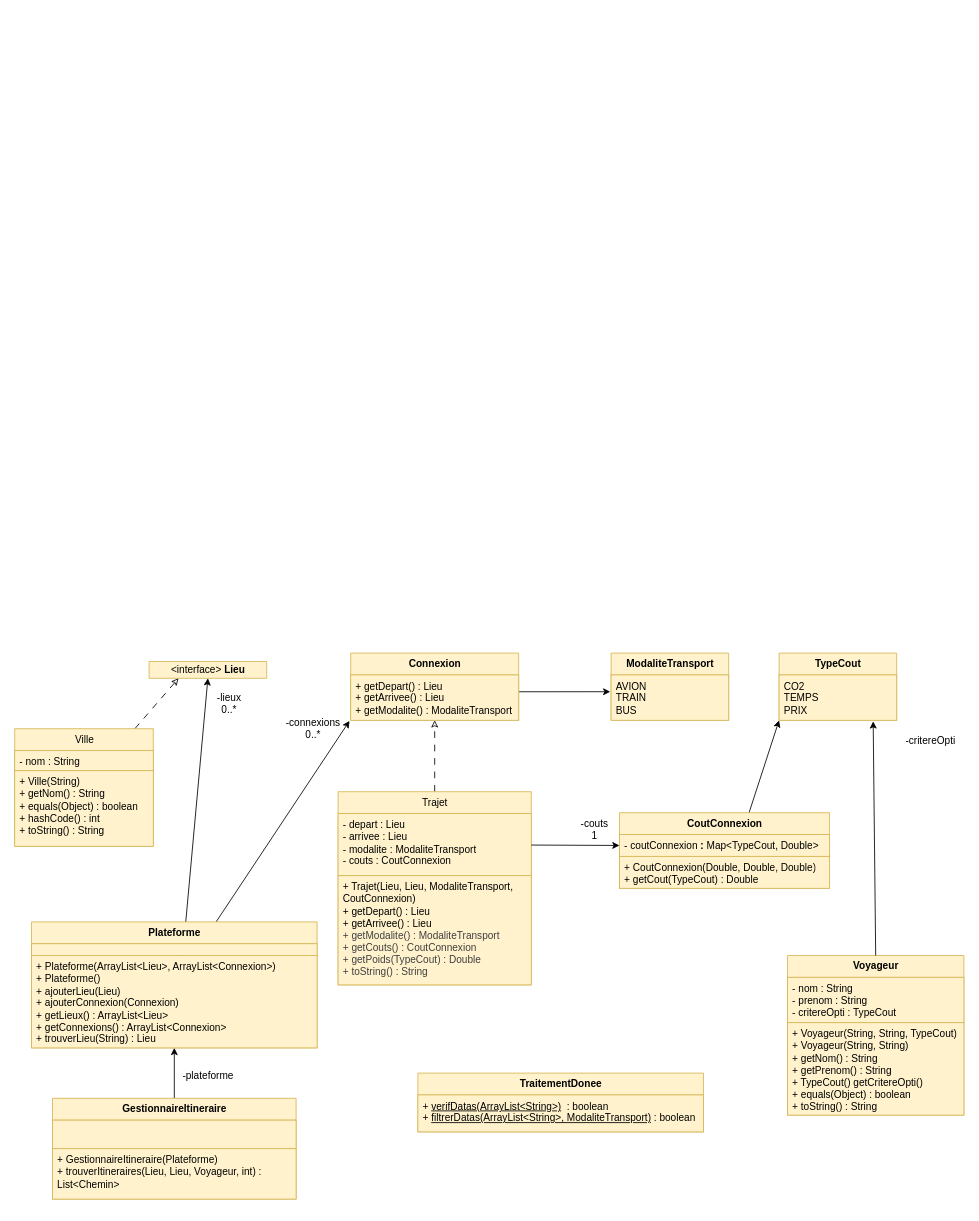
The draw.io diagram rapport/uml.drawio in Nelioo7/GPS3000, before the edit. Source tidied: cells renumbered, new cells numbered last; positions are measured from the earlier drawing's top-left corner, leaving out a move shared by most shapes. Both pictures are drawn from the tidied source at 84%, with x=0, y=0 at pixel (14, 653).
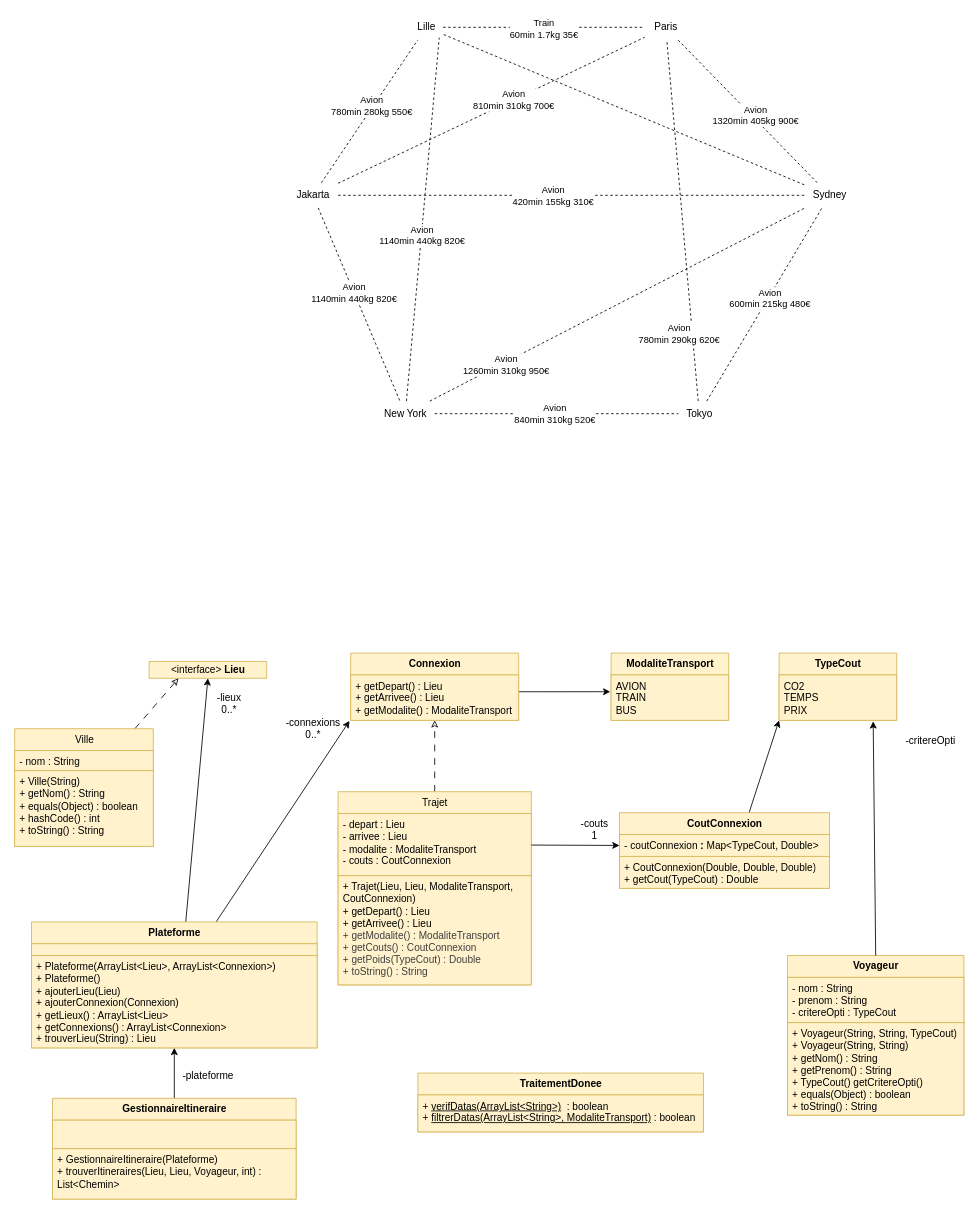
After the change.

The edit, as a diff of the source:
```diff
@@
+    <mxCell id="45" value="Lille" style="text;html=1;align=center;verticalAlign=middle;points=[];strokeColor=none;fillColor=none;" parent="1" vertex="1">
+      <mxGeometry x="470" y="-760" width="40" height="30" as="geometry" />
+    </mxCell>
+    <mxCell id="46" value="Paris" style="text;html=1;align=center;verticalAlign=middle;points=[];strokeColor=none;fillColor=none;" parent="1" vertex="1">
+      <mxGeometry x="750" y="-760" width="50" height="30" as="geometry" />
+    </mxCell>
+    <mxCell id="47" value="Jakarta" style="text;html=1;align=center;verticalAlign=middle;points=[];strokeColor=none;fillColor=none;" parent="1" vertex="1">
+      <mxGeometry x="325" y="-560" width="60" height="30" as="geometry" />
+    </mxCell>
+    <mxCell id="48" value="Sydney" style="text;html=1;align=center;verticalAlign=middle;points=[];strokeColor=none;fillColor=none;" parent="1" vertex="1">
+      <mxGeometry x="940" y="-560" width="60" height="30" as="geometry" />
+    </mxCell>
+    <mxCell id="49" value="New York" style="text;html=1;align=center;verticalAlign=middle;points=[];strokeColor=none;fillColor=none;" parent="1" vertex="1">
+      <mxGeometry x="430" y="-300" width="70" height="30" as="geometry" />
+    </mxCell>
+    <mxCell id="50" value="Tokyo" style="text;html=1;align=center;verticalAlign=middle;points=[];strokeColor=none;fillColor=none;" parent="1" vertex="1">
+      <mxGeometry x="790" y="-300" width="50" height="30" as="geometry" />
+    </mxCell>
+    <mxCell id="51" style="endArrow=none;dashed=1;html=1;" parent="1" edge="1" source="48" target="46">
+      <mxGeometry relative="1" as="geometry" />
+    </mxCell>
+    <mxCell id="52" value="Avion&lt;div&gt;1320min 405kg 900€&lt;/div&gt;" style="edgeLabel;html=1;align=center;verticalAlign=middle;" parent="51" vertex="1">
+      <mxGeometry x="-0.08" y="-3" relative="1" as="geometry" />
+    </mxCell>
+    <mxCell id="53" style="endArrow=none;dashed=1;html=1;" parent="1" edge="1" source="45" target="46">
+      <mxGeometry relative="1" as="geometry" />
+    </mxCell>
+    <mxCell id="54" value="Train&lt;div&gt;60min 1.7kg 35€&lt;/div&gt;" style="edgeLabel;html=1;align=center;verticalAlign=middle;" parent="53" vertex="1">
+      <mxGeometry x="-0.01" y="-1" relative="1" as="geometry" />
+    </mxCell>
+    <mxCell id="55" style="endArrow=none;dashed=1;html=1;" parent="1" edge="1" source="47" target="45">
+      <mxGeometry relative="1" as="geometry" />
+    </mxCell>
+    <mxCell id="56" value="Avion&lt;div&gt;780min 280kg 550€&lt;/div&gt;" style="edgeLabel;html=1;align=center;verticalAlign=middle;" parent="55" vertex="1">
+      <mxGeometry x="0.06" y="2" relative="1" as="geometry" />
+    </mxCell>
+    <mxCell id="57" style="endArrow=none;dashed=1;html=1;" parent="1" edge="1" source="47" target="49">
+      <mxGeometry relative="1" as="geometry" />
+    </mxCell>
+    <mxCell id="58" value="Avion&lt;div&gt;1140min 440kg 820€&lt;/div&gt;" style="edgeLabel;html=1;align=center;verticalAlign=middle;" parent="57" vertex="1">
+      <mxGeometry x="-0.13" relative="1" as="geometry" />
+    </mxCell>
+    <mxCell id="59" style="endArrow=none;dashed=1;html=1;" parent="1" edge="1" source="50" target="48">
+      <mxGeometry relative="1" as="geometry" />
+    </mxCell>
+    <mxCell id="60" value="Avion&lt;div&gt;600min 215kg 480€&lt;/div&gt;" style="edgeLabel;html=1;align=center;verticalAlign=middle;" parent="59" vertex="1">
+      <mxGeometry x="0.07" y="-1" relative="1" as="geometry" />
+    </mxCell>
+    <mxCell id="61" style="endArrow=none;dashed=1;html=1;" parent="1" edge="1" source="49" target="50">
+      <mxGeometry relative="1" as="geometry" />
+    </mxCell>
+    <mxCell id="62" value="Avion&lt;div&gt;840min 310kg 520€&lt;/div&gt;" style="edgeLabel;html=1;align=center;verticalAlign=middle;" parent="61" vertex="1">
+      <mxGeometry x="-0.02" y="1" relative="1" as="geometry" />
+    </mxCell>
+    <mxCell id="63" style="endArrow=none;dashed=1;html=1;" parent="1" edge="1" source="47" target="48">
+      <mxGeometry relative="1" as="geometry" />
+    </mxCell>
+    <mxCell id="64" value="Avion&lt;div&gt;420min 155kg 310€&lt;/div&gt;" style="edgeLabel;html=1;align=center;verticalAlign=middle;" parent="63" vertex="1">
+      <mxGeometry x="-0.31" y="1" relative="1" as="geometry">
+        <mxPoint x="64" y="1" as="offset" />
+      </mxGeometry>
+    </mxCell>
+    <mxCell id="65" style="endArrow=none;dashed=1;html=1;" parent="1" edge="1" source="47" target="46">
+      <mxGeometry relative="1" as="geometry" />
+    </mxCell>
+    <mxCell id="66" value="Avion&lt;div&gt;810min 310kg 700€&lt;/div&gt;" style="edgeLabel;html=1;align=center;verticalAlign=middle;" parent="65" vertex="1">
+      <mxGeometry x="0.27" y="-1" relative="1" as="geometry">
+        <mxPoint x="-24" y="10" as="offset" />
+      </mxGeometry>
+    </mxCell>
+    <mxCell id="67" style="endArrow=none;dashed=1;html=1;" parent="1" edge="1" source="48" target="45">
+      <mxGeometry relative="1" as="geometry" />
+    </mxCell>
+    <mxCell id="68" style="endArrow=none;dashed=1;html=1;" parent="1" edge="1" source="49" target="48">
+      <mxGeometry relative="1" as="geometry" />
+    </mxCell>
+    <mxCell id="69" value="Avion&lt;div&gt;1260min 310kg 950€&lt;/div&gt;" style="edgeLabel;html=1;align=center;verticalAlign=middle;" parent="68" vertex="1">
+      <mxGeometry x="-0.6" y="-3" relative="1" as="geometry" />
+    </mxCell>
+    <mxCell id="70" style="endArrow=none;dashed=1;html=1;entryX=0.885;entryY=0.914;entryDx=0;entryDy=0;entryPerimeter=0;" parent="1" edge="1" source="49" target="45">
+      <mxGeometry relative="1" as="geometry" />
+    </mxCell>
+    <mxCell id="71" value="Avion&lt;div&gt;1140min 440kg 820€&lt;/div&gt;" style="edgeLabel;html=1;align=center;verticalAlign=middle;" parent="70" vertex="1">
+      <mxGeometry x="-0.6" y="-1" relative="1" as="geometry">
+        <mxPoint x="9" y="-111" as="offset" />
+      </mxGeometry>
+    </mxCell>
+    <mxCell id="72" style="endArrow=none;dashed=1;html=1;" parent="1" edge="1" source="50" target="46">
+      <mxGeometry relative="1" as="geometry" />
+    </mxCell>
+    <mxCell id="73" value="Avion&lt;div&gt;780min 290kg 620€&lt;/div&gt;" style="edgeLabel;html=1;align=center;verticalAlign=middle;" parent="72" vertex="1">
+      <mxGeometry x="0.19" y="-1" relative="1" as="geometry">
+        <mxPoint x="-2" y="176" as="offset" />
+      </mxGeometry>
+    </mxCell>
```
